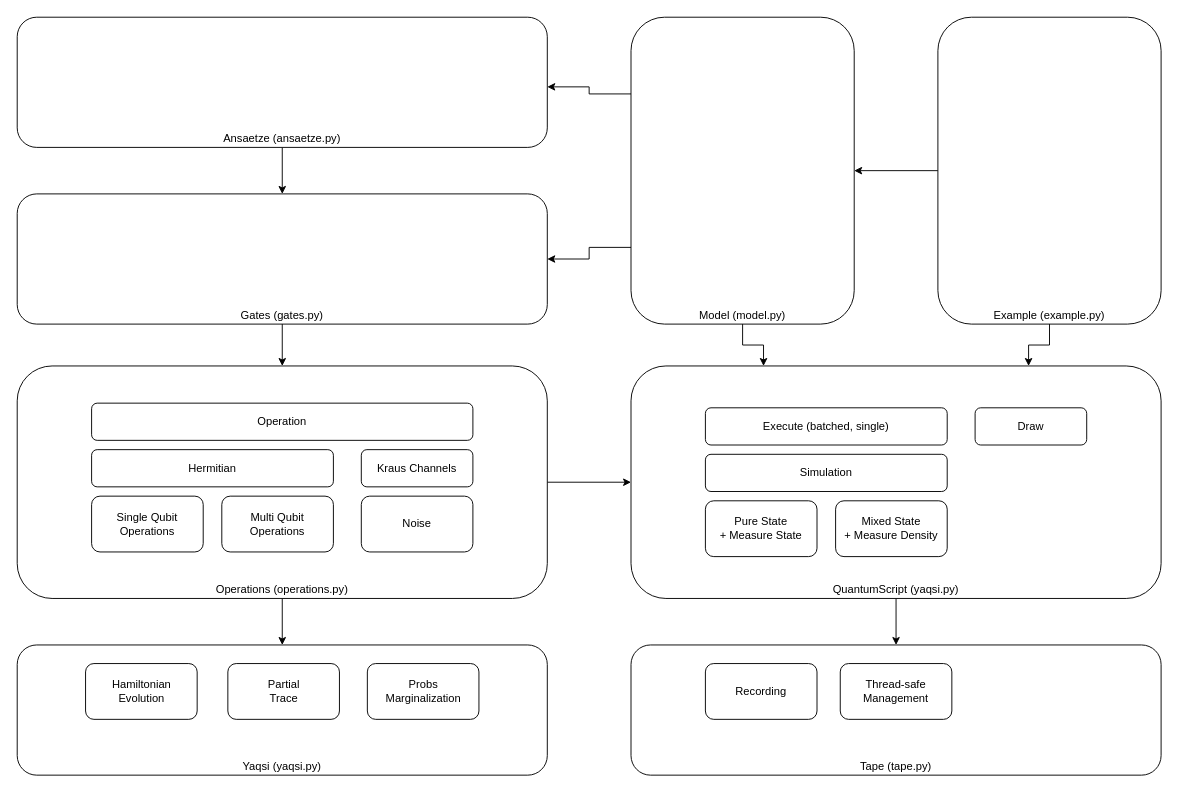
cirKITers/qml-essentials keeps this draw.io diagram as page "yaqsi" (5 of 5) of docs/diagrams.drawio. Above is the earlier version. Source tidied: cells renumbered, new cells numbered last; positions are measured from the earlier drawing's top-left corner, leaving out a move shared by most shapes. Both pictures are drawn from the tidied source at 93%, with x=0, y=0 at pixel (17, 17).
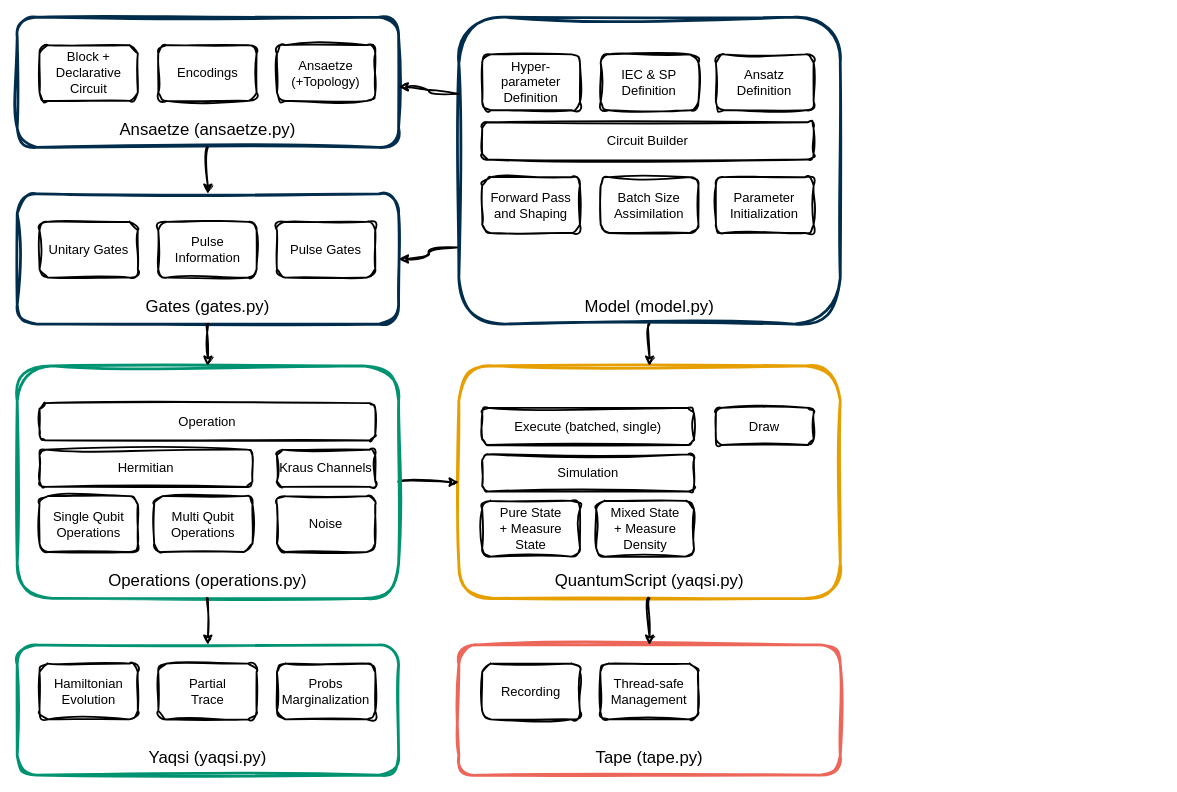
The same diagram, later.

What changed in the source:
```diff
@@
-    <mxCell id="2" style="edgeStyle=orthogonalEdgeStyle;rounded=0;jettySize=auto;html=1;exitX=0.5;exitY=1;exitDx=0;exitDy=0;entryX=0.5;entryY=0;entryDx=0;entryDy=0;" parent="1" edge="1" source="3" target="9">
-      <mxGeometry relative="1" as="geometry" />
-    </mxCell>
-    <mxCell id="3" value="QuantumScript (yaqsi.py)" style="rounded=1;whiteSpace=wrap;html=1;verticalAlign=bottom;" parent="1" vertex="1">
-      <mxGeometry x="660" y="375" width="570" height="250" as="geometry" />
+    <mxCell id="3" value="QuantumScript (yaqsi.py)" style="rounded=1;whiteSpace=wrap;html=1;verticalAlign=bottom;strokeWidth=3;fontSize=18;sketch=1;curveFitting=1;jiggle=2;spacingTop=0;spacingBottom=5;strokeColor=#E69F00;" parent="1" vertex="1">
+      <mxGeometry x="474.9" y="375" width="410.1" height="250" as="geometry" />
     </mxCell>
-    <mxCell id="4" style="edgeStyle=orthogonalEdgeStyle;rounded=0;jettySize=auto;html=1;exitX=0.5;exitY=1;exitDx=0;exitDy=0;entryX=0.5;entryY=0;entryDx=0;entryDy=0;" parent="1" edge="1" source="6" target="10">
-      <mxGeometry relative="1" as="geometry" />
-    </mxCell>
-    <mxCell id="5" style="edgeStyle=orthogonalEdgeStyle;rounded=0;jettySize=auto;html=1;exitX=1;exitY=0.5;exitDx=0;exitDy=0;entryX=0;entryY=0.5;entryDx=0;entryDy=0;" parent="1" edge="1" source="6" target="3">
+    <mxCell id="5" style="edgeStyle=orthogonalEdgeStyle;rounded=0;jettySize=auto;html=1;exitX=1;exitY=0.5;exitDx=0;exitDy=0;entryX=0;entryY=0.5;entryDx=0;entryDy=0;strokeWidth=2;fontSize=14;sketch=1;curveFitting=1;jiggle=2;curved=1;" parent="1" edge="1" source="6" target="3">
       <mxGeometry relative="1" as="geometry" />
     </mxCell>
-    <mxCell id="6" value="Operations (operations.py)" style="rounded=1;whiteSpace=wrap;html=1;verticalAlign=bottom;" parent="1" vertex="1">
-      <mxGeometry y="375" width="570" height="250" as="geometry" />
+    <mxCell id="6" value="Operations (operations.py)" style="rounded=1;whiteSpace=wrap;html=1;verticalAlign=bottom;strokeWidth=3;fontSize=18;sketch=1;curveFitting=1;jiggle=2;spacingTop=0;spacingBottom=5;strokeColor=#009371;" parent="1" vertex="1">
+      <mxGeometry y="375" width="410.1" height="250" as="geometry" />
     </mxCell>
-    <mxCell id="7" style="edgeStyle=orthogonalEdgeStyle;rounded=0;jettySize=auto;html=1;exitX=0.5;exitY=1;exitDx=0;exitDy=0;entryX=0.5;entryY=0;entryDx=0;entryDy=0;" parent="1" edge="1" source="8" target="6">
-      <mxGeometry relative="1" as="geometry" />
-    </mxCell>
-    <mxCell id="8" value="Gates (gates.py)" style="rounded=1;whiteSpace=wrap;html=1;verticalAlign=bottom;" parent="1" vertex="1">
-      <mxGeometry y="190" width="570" height="140" as="geometry" />
+    <mxCell id="8" value="Gates (gates.py)" style="rounded=1;whiteSpace=wrap;html=1;verticalAlign=bottom;strokeWidth=3;fontSize=18;sketch=1;curveFitting=1;jiggle=2;spacingTop=0;spacingBottom=5;strokeColor=#002D4C;" parent="1" vertex="1">
+      <mxGeometry y="190" width="410.1" height="140" as="geometry" />
     </mxCell>
-    <mxCell id="9" value="Tape (tape.py)" style="rounded=1;whiteSpace=wrap;html=1;verticalAlign=bottom;" parent="1" vertex="1">
-      <mxGeometry x="660" y="675" width="570" height="140" as="geometry" />
+    <mxCell id="9" value="Tape (tape.py)" style="rounded=1;whiteSpace=wrap;html=1;verticalAlign=bottom;strokeWidth=3;fontSize=18;sketch=1;curveFitting=1;jiggle=2;spacingTop=0;spacingBottom=5;strokeColor=#ED665A;" parent="1" vertex="1">
+      <mxGeometry x="474.9" y="675" width="410.1" height="140" as="geometry" />
     </mxCell>
-    <mxCell id="10" value="Yaqsi (yaqsi.py)" style="rounded=1;whiteSpace=wrap;html=1;verticalAlign=bottom;" parent="1" vertex="1">
-      <mxGeometry y="675" width="570" height="140" as="geometry" />
+    <mxCell id="10" value="Yaqsi (yaqsi.py)" style="rounded=1;whiteSpace=wrap;html=1;verticalAlign=bottom;strokeWidth=3;fontSize=18;sketch=1;curveFitting=1;jiggle=2;spacingTop=0;spacingBottom=5;strokeColor=#009371;" parent="1" vertex="1">
+      <mxGeometry y="675" width="410.1" height="140" as="geometry" />
     </mxCell>
-    <mxCell id="11" value="Kraus Channels" style="rounded=1;whiteSpace=wrap;html=1;" parent="1" vertex="1">
-      <mxGeometry x="370" y="465" width="120" height="40" as="geometry" />
-    </mxCell>
+    <mxCell id="28" value="Ansaetze (ansaetze.py)" style="rounded=1;whiteSpace=wrap;html=1;verticalAlign=bottom;strokeWidth=3;fontSize=18;sketch=1;curveFitting=1;jiggle=2;spacingTop=0;spacingBottom=5;strokeColor=#002D4C;" parent="1" vertex="1">
+      <mxGeometry width="410.1" height="140" as="geometry" />
+    </mxCell>
+    <mxCell id="29" style="edgeStyle=orthogonalEdgeStyle;rounded=0;jettySize=auto;html=1;exitX=0;exitY=0.75;exitDx=0;exitDy=0;entryX=1;entryY=0.5;entryDx=0;entryDy=0;strokeWidth=2;fontSize=14;sketch=1;curveFitting=1;jiggle=2;curved=1;" parent="1" edge="1" source="31" target="8">
+      <mxGeometry relative="1" as="geometry" />
+    </mxCell>
+    <mxCell id="31" value="Model (model.py)" style="rounded=1;whiteSpace=wrap;html=1;verticalAlign=bottom;strokeWidth=3;fontSize=18;sketch=1;curveFitting=1;jiggle=2;spacingTop=0;spacingBottom=5;strokeColor=#002D4C;" parent="1" vertex="1">
+      <mxGeometry x="474.9" width="410.1" height="330" as="geometry" />
+    </mxCell>
+    <mxCell id="35" style="edgeStyle=orthogonalEdgeStyle;rounded=0;jettySize=auto;html=1;exitX=0;exitY=0.25;exitDx=0;exitDy=0;entryX=1;entryY=0.535;entryDx=0;entryDy=0;entryPerimeter=0;strokeWidth=2;fontSize=14;sketch=1;curveFitting=1;jiggle=2;curved=1;" parent="1" edge="1" source="31" target="28">
+      <mxGeometry relative="1" as="geometry" />
+    </mxCell>
+    <mxCell id="2" style="edgeStyle=orthogonalEdgeStyle;rounded=0;jettySize=auto;html=1;exitX=0.5;exitY=1;exitDx=0;exitDy=0;entryX=0.5;entryY=0;entryDx=0;entryDy=0;strokeWidth=2;fontSize=14;sketch=1;curveFitting=1;jiggle=2;curved=1;" parent="1" edge="1" source="3" target="9">
+      <mxGeometry relative="1" as="geometry" />
+    </mxCell>
-    <mxCell id="12" value="Recording" style="rounded=1;whiteSpace=wrap;html=1;" parent="1" vertex="1">
-      <mxGeometry x="740" y="695" width="120" height="60" as="geometry" />
+    <mxCell id="12" value="Recording" style="rounded=1;whiteSpace=wrap;html=1;strokeWidth=2;fontSize=14;sketch=1;curveFitting=1;jiggle=2;" parent="1" vertex="1">
+      <mxGeometry x="500" y="695" width="105.1" height="60" as="geometry" />
     </mxCell>
-    <mxCell id="13" value="Multi Qubit Operations" style="rounded=1;whiteSpace=wrap;html=1;" parent="1" vertex="1">
-      <mxGeometry x="220" y="515" width="120" height="60" as="geometry" />
-    </mxCell>
-    <mxCell id="14" value="Operation" style="rounded=1;whiteSpace=wrap;html=1;" parent="1" vertex="1">
-      <mxGeometry x="80" y="415" width="410" height="40" as="geometry" />
-    </mxCell>
-    <mxCell id="15" value="Hermitian" style="rounded=1;whiteSpace=wrap;html=1;" parent="1" vertex="1">
-      <mxGeometry x="80" y="465" width="260" height="40" as="geometry" />
-    </mxCell>
-    <mxCell id="16" value="Noise" style="rounded=1;whiteSpace=wrap;html=1;" parent="1" vertex="1">
-      <mxGeometry x="370" y="515" width="120" height="60" as="geometry" />
-    </mxCell>
-    <mxCell id="17" value="Thread-safe&lt;br&gt;Management" style="rounded=1;whiteSpace=wrap;html=1;" parent="1" vertex="1">
-      <mxGeometry x="885" y="695" width="120" height="60" as="geometry" />
+    <mxCell id="17" value="Thread-safe&lt;br&gt;Management" style="rounded=1;whiteSpace=wrap;html=1;strokeWidth=2;fontSize=14;sketch=1;curveFitting=1;jiggle=2;" parent="1" vertex="1">
+      <mxGeometry x="627" y="695" width="105.1" height="60" as="geometry" />
     </mxCell>
-    <mxCell id="18" value="Single Qubit Operations" style="rounded=1;whiteSpace=wrap;html=1;" parent="1" vertex="1">
-      <mxGeometry x="80" y="515" width="120" height="60" as="geometry" />
-    </mxCell>
-    <mxCell id="19" value="Hamiltonian&lt;div&gt;Evolution&lt;/div&gt;" style="rounded=1;whiteSpace=wrap;html=1;" parent="1" vertex="1">
-      <mxGeometry x="73.5" y="695" width="120" height="60" as="geometry" />
-    </mxCell>
-    <mxCell id="20" value="Partial&lt;div&gt;Trace&lt;/div&gt;" style="rounded=1;whiteSpace=wrap;html=1;" parent="1" vertex="1">
-      <mxGeometry x="226.5" y="695" width="120" height="60" as="geometry" />
-    </mxCell>
-    <mxCell id="21" value="Probs&lt;div&gt;Marginalization&lt;/div&gt;" style="rounded=1;whiteSpace=wrap;html=1;" parent="1" vertex="1">
-      <mxGeometry x="376.5" y="695" width="120" height="60" as="geometry" />
-    </mxCell>
-    <mxCell id="22" value="Execute (batched, single)" style="rounded=1;whiteSpace=wrap;html=1;" parent="1" vertex="1">
-      <mxGeometry x="740" y="420" width="260" height="40" as="geometry" />
+    <mxCell id="22" value="Execute (batched, single)" style="rounded=1;whiteSpace=wrap;html=1;strokeWidth=2;fontSize=14;sketch=1;curveFitting=1;jiggle=2;" parent="1" vertex="1">
+      <mxGeometry x="500" y="420" width="227.7" height="40" as="geometry" />
     </mxCell>
-    <mxCell id="23" value="Draw" style="rounded=1;whiteSpace=wrap;html=1;" parent="1" vertex="1">
-      <mxGeometry x="1030" y="420" width="120" height="40" as="geometry" />
+    <mxCell id="23" value="Draw" style="rounded=1;whiteSpace=wrap;html=1;strokeWidth=2;fontSize=14;sketch=1;curveFitting=1;jiggle=2;" parent="1" vertex="1">
+      <mxGeometry x="751.3" y="420" width="105.1" height="40" as="geometry" />
     </mxCell>
-    <mxCell id="24" value="Simulation" style="rounded=1;whiteSpace=wrap;html=1;" parent="1" vertex="1">
-      <mxGeometry x="740" y="470" width="260" height="40" as="geometry" />
+    <mxCell id="24" value="Simulation" style="rounded=1;whiteSpace=wrap;html=1;strokeWidth=2;fontSize=14;sketch=1;curveFitting=1;jiggle=2;" parent="1" vertex="1">
+      <mxGeometry x="500" y="470" width="227.7" height="40" as="geometry" />
     </mxCell>
-    <mxCell id="25" value="Pure State&lt;div&gt;+ Measure State&lt;/div&gt;" style="rounded=1;whiteSpace=wrap;html=1;" parent="1" vertex="1">
-      <mxGeometry x="740" y="520" width="120" height="60" as="geometry" />
+    <mxCell id="25" value="Pure State&lt;div&gt;+ Measure State&lt;/div&gt;" style="rounded=1;whiteSpace=wrap;html=1;strokeWidth=2;fontSize=14;sketch=1;curveFitting=1;jiggle=2;" parent="1" vertex="1">
+      <mxGeometry x="500" y="520" width="105.1" height="60" as="geometry" />
     </mxCell>
-    <mxCell id="26" value="Mixed State&lt;div&gt;+ Measure Density&lt;/div&gt;" style="rounded=1;whiteSpace=wrap;html=1;" parent="1" vertex="1">
-      <mxGeometry x="880" y="520" width="120" height="60" as="geometry" />
+    <mxCell id="26" value="Mixed State&lt;div&gt;+ Measure Density&lt;/div&gt;" style="rounded=1;whiteSpace=wrap;html=1;strokeWidth=2;fontSize=14;sketch=1;curveFitting=1;jiggle=2;" parent="1" vertex="1">
+      <mxGeometry x="622.6" y="520" width="105.1" height="60" as="geometry" />
     </mxCell>
+    <mxCell id="30" style="edgeStyle=orthogonalEdgeStyle;rounded=0;jettySize=auto;html=1;exitX=0.5;exitY=1;exitDx=0;exitDy=0;entryX=0.5;entryY=0;entryDx=0;entryDy=0;strokeWidth=2;fontSize=14;sketch=1;curveFitting=1;jiggle=2;curved=1;" parent="1" edge="1" source="31" target="3">
+      <mxGeometry relative="1" as="geometry" />
+    </mxCell>
+    <mxCell id="36" value="Batch Size&lt;br&gt;Assimilation" style="rounded=1;whiteSpace=wrap;html=1;strokeWidth=2;fontSize=14;sketch=1;curveFitting=1;jiggle=2;" parent="1" vertex="1">
+      <mxGeometry x="627.4" y="172" width="105.1" height="60" as="geometry" />
+    </mxCell>
+    <mxCell id="37" value="Parameter&lt;br&gt;Initialization" style="rounded=1;whiteSpace=wrap;html=1;strokeWidth=2;fontSize=14;sketch=1;curveFitting=1;jiggle=2;" parent="1" vertex="1">
+      <mxGeometry x="751.3" y="172" width="105.1" height="60" as="geometry" />
+    </mxCell>
+    <mxCell id="4" style="edgeStyle=orthogonalEdgeStyle;rounded=0;jettySize=auto;html=1;exitX=0.5;exitY=1;exitDx=0;exitDy=0;entryX=0.5;entryY=0;entryDx=0;entryDy=0;strokeWidth=2;fontSize=14;sketch=1;curveFitting=1;jiggle=2;curved=1;" parent="1" edge="1" source="6" target="10">
+      <mxGeometry relative="1" as="geometry" />
+    </mxCell>
+    <mxCell id="7" style="edgeStyle=orthogonalEdgeStyle;rounded=0;jettySize=auto;html=1;exitX=0.5;exitY=1;exitDx=0;exitDy=0;entryX=0.5;entryY=0;entryDx=0;entryDy=0;strokeWidth=2;fontSize=14;sketch=1;curveFitting=1;jiggle=2;curved=1;" parent="1" edge="1" source="8" target="6">
+      <mxGeometry relative="1" as="geometry" />
+    </mxCell>
+    <mxCell id="11" value="Kraus Channels" style="rounded=1;whiteSpace=wrap;html=1;strokeWidth=2;fontSize=14;sketch=1;curveFitting=1;jiggle=2;" parent="1" vertex="1">
+      <mxGeometry x="279.3" y="465" width="105.7" height="40" as="geometry" />
+    </mxCell>
+    <mxCell id="13" value="Multi Qubit Operations" style="rounded=1;whiteSpace=wrap;html=1;strokeWidth=2;fontSize=14;sketch=1;curveFitting=1;jiggle=2;" parent="1" vertex="1">
+      <mxGeometry x="147.3" y="515" width="105.7" height="60" as="geometry" />
+    </mxCell>
+    <mxCell id="14" value="Operation" style="rounded=1;whiteSpace=wrap;html=1;strokeWidth=2;fontSize=14;sketch=1;curveFitting=1;jiggle=2;" parent="1" vertex="1">
+      <mxGeometry x="24" y="415" width="361" height="40" as="geometry" />
+    </mxCell>
+    <mxCell id="15" value="Hermitian" style="rounded=1;whiteSpace=wrap;html=1;strokeWidth=2;fontSize=14;sketch=1;curveFitting=1;jiggle=2;" parent="1" vertex="1">
+      <mxGeometry x="24" y="465" width="228.9" height="40" as="geometry" />
+    </mxCell>
+    <mxCell id="16" value="Noise" style="rounded=1;whiteSpace=wrap;html=1;strokeWidth=2;fontSize=14;sketch=1;curveFitting=1;jiggle=2;" parent="1" vertex="1">
+      <mxGeometry x="279.3" y="515" width="105.7" height="60" as="geometry" />
+    </mxCell>
+    <mxCell id="18" value="Single Qubit Operations" style="rounded=1;whiteSpace=wrap;html=1;strokeWidth=2;fontSize=14;sketch=1;curveFitting=1;jiggle=2;" parent="1" vertex="1">
+      <mxGeometry x="24" y="515" width="105.7" height="60" as="geometry" />
+    </mxCell>
+    <mxCell id="19" value="Hamiltonian&lt;div&gt;Evolution&lt;/div&gt;" style="rounded=1;whiteSpace=wrap;html=1;strokeWidth=2;fontSize=14;sketch=1;curveFitting=1;jiggle=2;" parent="1" vertex="1">
+      <mxGeometry x="24" y="695" width="105.7" height="60" as="geometry" />
+    </mxCell>
+    <mxCell id="20" value="Partial&lt;div&gt;Trace&lt;/div&gt;" style="rounded=1;whiteSpace=wrap;html=1;strokeWidth=2;fontSize=14;sketch=1;curveFitting=1;jiggle=2;" parent="1" vertex="1">
+      <mxGeometry x="151.7" y="695" width="105.7" height="60" as="geometry" />
+    </mxCell>
+    <mxCell id="21" value="Probs&lt;div&gt;Marginalization&lt;/div&gt;" style="rounded=1;whiteSpace=wrap;html=1;strokeWidth=2;fontSize=14;sketch=1;curveFitting=1;jiggle=2;" parent="1" vertex="1">
+      <mxGeometry x="279.3" y="695" width="105.7" height="60" as="geometry" />
+    </mxCell>
-    <mxCell id="27" style="edgeStyle=orthogonalEdgeStyle;rounded=0;jettySize=auto;html=1;exitX=0.5;exitY=1;exitDx=0;exitDy=0;entryX=0.5;entryY=0;entryDx=0;entryDy=0;" parent="1" edge="1" source="28" target="8">
+    <mxCell id="27" style="edgeStyle=orthogonalEdgeStyle;rounded=0;jettySize=auto;html=1;exitX=0.5;exitY=1;exitDx=0;exitDy=0;entryX=0.5;entryY=0;entryDx=0;entryDy=0;strokeWidth=2;fontSize=14;sketch=1;curveFitting=1;jiggle=2;curved=1;" parent="1" edge="1" source="28" target="8">
       <mxGeometry relative="1" as="geometry" />
     </mxCell>
-    <mxCell id="28" value="Ansaetze (ansaetze.py)" style="rounded=1;whiteSpace=wrap;html=1;verticalAlign=bottom;" parent="1" vertex="1">
-      <mxGeometry width="570" height="140" as="geometry" />
-    </mxCell>
-    <mxCell id="29" style="edgeStyle=orthogonalEdgeStyle;rounded=0;jettySize=auto;html=1;exitX=0;exitY=0.75;exitDx=0;exitDy=0;entryX=1;entryY=0.5;entryDx=0;entryDy=0;" parent="1" edge="1" source="31" target="8">
-      <mxGeometry relative="1" as="geometry" />
-    </mxCell>
-    <mxCell id="30" style="edgeStyle=orthogonalEdgeStyle;rounded=0;jettySize=auto;html=1;exitX=0.5;exitY=1;exitDx=0;exitDy=0;entryX=0.25;entryY=0;entryDx=0;entryDy=0;" parent="1" edge="1" source="31" target="3">
-      <mxGeometry relative="1" as="geometry" />
-    </mxCell>
-    <mxCell id="31" value="Model (model.py)" style="rounded=1;whiteSpace=wrap;html=1;verticalAlign=bottom;" parent="1" vertex="1">
-      <mxGeometry x="660" width="240" height="330" as="geometry" />
-    </mxCell>
-    <mxCell id="32" style="edgeStyle=orthogonalEdgeStyle;rounded=0;jettySize=auto;html=1;exitX=0;exitY=0.5;exitDx=0;exitDy=0;entryX=1;entryY=0.5;entryDx=0;entryDy=0;" parent="1" edge="1" source="34" target="31">
-      <mxGeometry relative="1" as="geometry" />
-    </mxCell>
-    <mxCell id="33" style="edgeStyle=orthogonalEdgeStyle;rounded=0;jettySize=auto;html=1;exitX=0.5;exitY=1;exitDx=0;exitDy=0;entryX=0.75;entryY=0;entryDx=0;entryDy=0;" parent="1" edge="1" source="34" target="3">
-      <mxGeometry relative="1" as="geometry" />
-    </mxCell>
-    <mxCell id="34" value="Example (example.py)" style="rounded=1;whiteSpace=wrap;html=1;verticalAlign=bottom;" parent="1" vertex="1">
-      <mxGeometry x="990" width="240" height="330" as="geometry" />
-    </mxCell>
-    <mxCell id="35" style="edgeStyle=orthogonalEdgeStyle;rounded=0;jettySize=auto;html=1;exitX=0;exitY=0.25;exitDx=0;exitDy=0;entryX=1;entryY=0.535;entryDx=0;entryDy=0;entryPerimeter=0;" parent="1" edge="1" source="31" target="28">
-      <mxGeometry relative="1" as="geometry" />
-    </mxCell>
+    <mxCell id="38" value="Unitary Gates" style="rounded=1;whiteSpace=wrap;html=1;strokeWidth=2;fontSize=14;sketch=1;curveFitting=1;jiggle=2;" parent="1" vertex="1">
+      <mxGeometry x="24" y="220" width="105.7" height="60" as="geometry" />
+    </mxCell>
+    <mxCell id="39" value="Pulse Information" style="rounded=1;whiteSpace=wrap;html=1;strokeWidth=2;fontSize=14;sketch=1;curveFitting=1;jiggle=2;" parent="1" vertex="1">
+      <mxGeometry x="151.7" y="220" width="105.7" height="60" as="geometry" />
+    </mxCell>
+    <mxCell id="40" value="Pulse Gates" style="rounded=1;whiteSpace=wrap;html=1;strokeWidth=2;fontSize=14;sketch=1;curveFitting=1;jiggle=2;" parent="1" vertex="1">
+      <mxGeometry x="279.3" y="220" width="105.7" height="60" as="geometry" />
+    </mxCell>
+    <mxCell id="41" value="Block + &lt;br&gt;Declarative Circuit" style="rounded=1;whiteSpace=wrap;html=1;strokeWidth=2;fontSize=14;sketch=1;curveFitting=1;jiggle=2;" parent="1" vertex="1">
+      <mxGeometry x="24" y="30" width="105.7" height="60" as="geometry" />
+    </mxCell>
+    <mxCell id="42" value="Encodings" style="rounded=1;whiteSpace=wrap;html=1;strokeWidth=2;fontSize=14;sketch=1;curveFitting=1;jiggle=2;" parent="1" vertex="1">
+      <mxGeometry x="151.7" y="30" width="105.7" height="60" as="geometry" />
+    </mxCell>
+    <mxCell id="43" value="Ansaetze&lt;br&gt;(+Topology)" style="rounded=1;whiteSpace=wrap;html=1;strokeWidth=2;fontSize=14;sketch=1;curveFitting=1;jiggle=2;" parent="1" vertex="1">
+      <mxGeometry x="279.3" y="30" width="105.7" height="60" as="geometry" />
+    </mxCell>
+    <mxCell id="44" value="IEC &amp;amp; SP&lt;div&gt;Definition&lt;/div&gt;" style="rounded=1;whiteSpace=wrap;html=1;strokeWidth=2;fontSize=14;sketch=1;curveFitting=1;jiggle=2;" parent="1" vertex="1">
+      <mxGeometry x="627.4" y="40" width="105.1" height="60" as="geometry" />
+    </mxCell>
+    <mxCell id="45" value="Ansatz&lt;br&gt;Definition" style="rounded=1;whiteSpace=wrap;html=1;strokeWidth=2;fontSize=14;sketch=1;curveFitting=1;jiggle=2;" parent="1" vertex="1">
+      <mxGeometry x="751.3" y="40" width="105.1" height="60" as="geometry" />
+    </mxCell>
+    <mxCell id="46" value="Circuit Builder" style="rounded=1;whiteSpace=wrap;html=1;strokeWidth=2;fontSize=14;sketch=1;curveFitting=1;jiggle=2;" parent="1" vertex="1">
+      <mxGeometry x="500" y="113" width="356.3" height="40" as="geometry" />
+    </mxCell>
+    <mxCell id="47" value="Hyper-parameter&lt;div&gt;Definition&lt;/div&gt;" style="rounded=1;whiteSpace=wrap;html=1;strokeWidth=2;fontSize=14;sketch=1;curveFitting=1;jiggle=2;" parent="1" vertex="1">
+      <mxGeometry x="500" y="40" width="105.1" height="60" as="geometry" />
+    </mxCell>
+    <mxCell id="48" value="Forward Pass&lt;div&gt;and Shaping&lt;/div&gt;" style="rounded=1;whiteSpace=wrap;html=1;strokeWidth=2;fontSize=14;sketch=1;curveFitting=1;jiggle=2;" parent="1" vertex="1">
+      <mxGeometry x="500" y="172" width="105.1" height="60" as="geometry" />
+    </mxCell>
```
